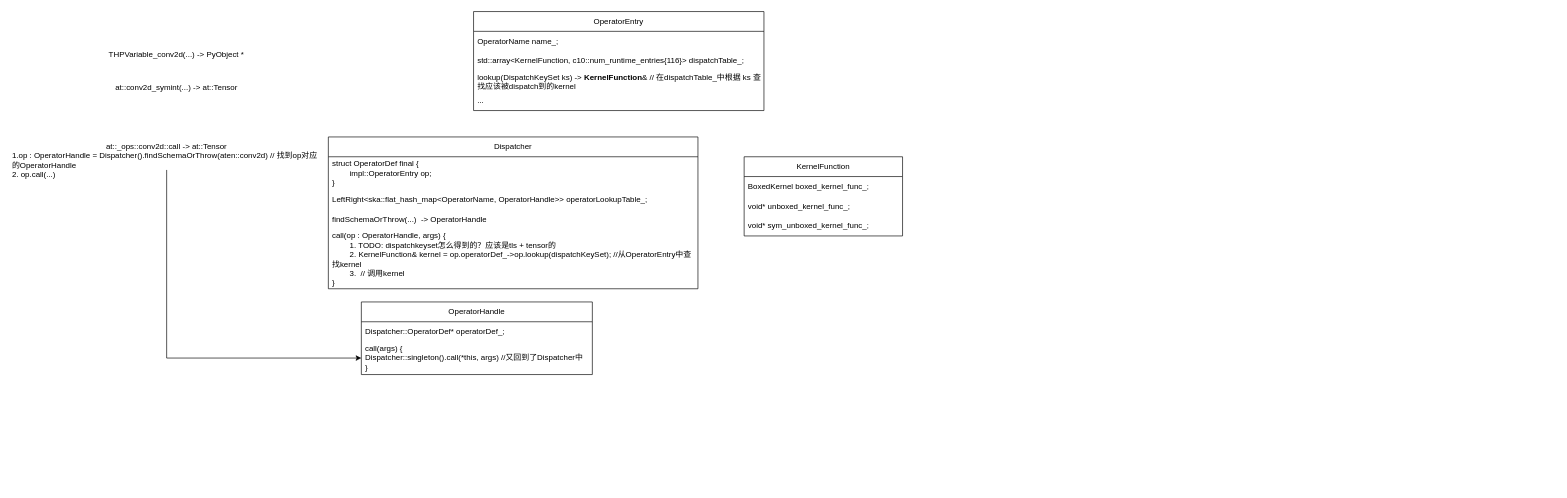
Earlier version of the draw.io diagram pytorch dispatch.drawio (LamForest/draw.io). Source tidied: cells renumbered, new cells numbered last; positions are measured from the earlier drawing's top-left corner, leaving out a move shared by most shapes. Both pictures are drawn from the tidied source at 66%, with x=0, y=0 at pixel (11, 11).
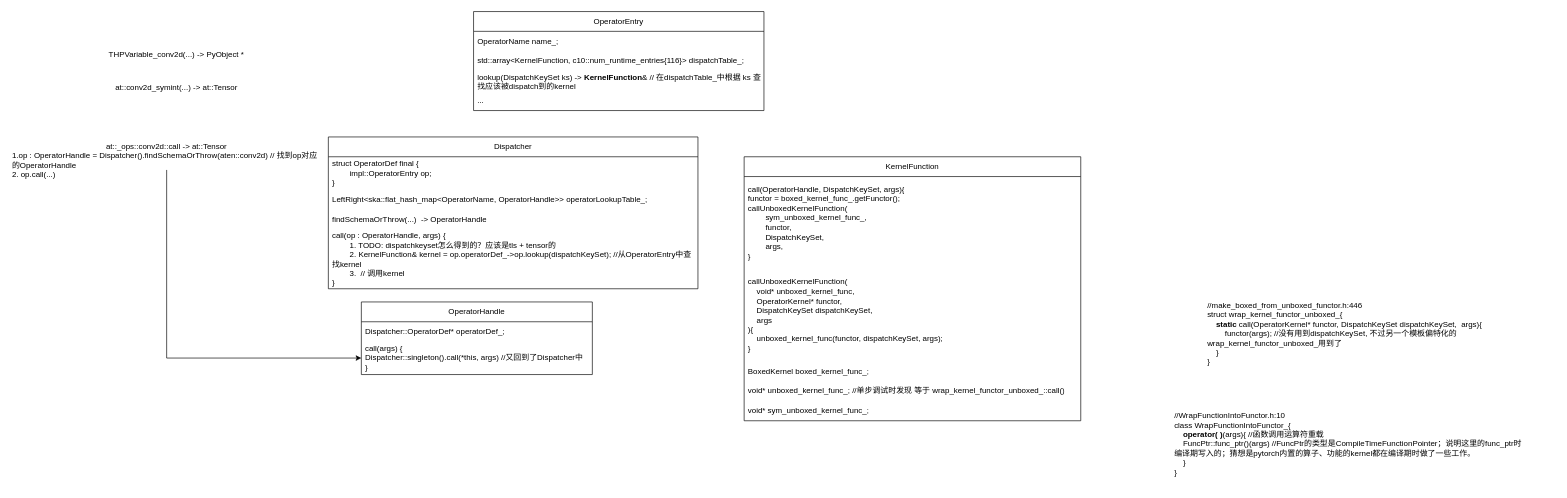
Above is the later version.

Diff of the diagram source:
```diff
@@
     <mxCell id="19" value="KernelFunction" style="swimlane;fontStyle=0;horizontal=1;startSize=30;whiteSpace=wrap;html=1;" parent="1" vertex="1">
-      <mxGeometry x="1110" y="220" width="240" height="120" as="geometry" />
+      <mxGeometry x="1110" y="220" width="510" height="400" as="geometry" />
     </mxCell>
-    <mxCell id="20" value="BoxedKernel boxed_kernel_func_;" style="text;strokeColor=none;fillColor=none;align=left;verticalAlign=middle;spacingLeft=4;spacingRight=4;overflow=hidden;whiteSpace=wrap;html=1;" parent="19" vertex="1">
-      <mxGeometry y="30" width="240" height="30" as="geometry" />
+    <mxCell id="20" value="call(OperatorHandle, DispatchKeySet, args){&lt;br&gt;functor = boxed_kernel_func_.getFunctor();&lt;br&gt;callUnboxedKernelFunction(&lt;span style=&quot;white-space: pre;&quot;&gt;&lt;br&gt;&lt;/span&gt;&lt;span style=&quot;white-space: pre;&quot;&gt;&#9;&lt;/span&gt;sym_unboxed_kernel_func_,&lt;br&gt;&lt;span style=&quot;background-color: initial;&quot;&gt;&lt;span style=&quot;white-space: pre;&quot;&gt;&#9;&lt;/span&gt;functor,&lt;br&gt;&lt;span style=&quot;white-space: pre;&quot;&gt;&#9;&lt;/span&gt;DispatchKeySet,&lt;br&gt;&lt;span style=&quot;white-space: pre;&quot;&gt;&#9;&lt;/span&gt;args,&lt;br&gt;}&lt;br&gt;&lt;/span&gt;" style="text;strokeColor=none;fillColor=none;align=left;verticalAlign=middle;spacingLeft=4;spacingRight=4;overflow=hidden;whiteSpace=wrap;html=1;" parent="19" vertex="1">
+      <mxGeometry y="30" width="510" height="140" as="geometry" />
     </mxCell>
+    <mxCell id="23" value="callUnboxedKernelFunction(&lt;br&gt;&lt;span style=&quot;&quot;&gt;&lt;span style=&quot;&quot;&gt;&amp;nbsp;&amp;nbsp;&amp;nbsp;&amp;nbsp;&lt;/span&gt;&lt;/span&gt;void* unboxed_kernel_func,&lt;br&gt;&lt;span style=&quot;&quot;&gt;&lt;span style=&quot;&quot;&gt;&amp;nbsp;&amp;nbsp;&amp;nbsp;&amp;nbsp;&lt;/span&gt;&lt;/span&gt;OperatorKernel* functor,&lt;br&gt;&lt;span style=&quot;&quot;&gt;&lt;span style=&quot;&quot;&gt;&amp;nbsp;&amp;nbsp;&amp;nbsp;&amp;nbsp;&lt;/span&gt;&lt;/span&gt;DispatchKeySet dispatchKeySet,&lt;br&gt;&lt;span style=&quot;&quot;&gt;&lt;span style=&quot;&quot;&gt;&amp;nbsp;&amp;nbsp;&amp;nbsp;&amp;nbsp;&lt;/span&gt;&lt;/span&gt;args&lt;br&gt;){&lt;br&gt;&lt;span style=&quot;&quot;&gt;&lt;span style=&quot;&quot;&gt;&amp;nbsp;&amp;nbsp;&amp;nbsp;&amp;nbsp;&lt;/span&gt;&lt;/span&gt;unboxed_kernel_func(functor, dispatchKeySet, args);&lt;br&gt;}" style="text;strokeColor=none;fillColor=none;align=left;verticalAlign=middle;spacingLeft=4;spacingRight=4;overflow=hidden;whiteSpace=wrap;html=1;" parent="19" vertex="1">
+      <mxGeometry y="170" width="510" height="140" as="geometry" />
+    </mxCell>
+    <mxCell id="24" value="BoxedKernel boxed_kernel_func_;" style="text;strokeColor=none;fillColor=none;align=left;verticalAlign=middle;spacingLeft=4;spacingRight=4;overflow=hidden;whiteSpace=wrap;html=1;" parent="19" vertex="1">
+      <mxGeometry y="310" width="510" height="30" as="geometry" />
+    </mxCell>
-    <mxCell id="21" value="void* unboxed_kernel_func_;" style="text;strokeColor=none;fillColor=none;align=left;verticalAlign=middle;spacingLeft=4;spacingRight=4;overflow=hidden;whiteSpace=wrap;html=1;" parent="19" vertex="1">
-      <mxGeometry y="60" width="240" height="30" as="geometry" />
+    <mxCell id="21" value="void* unboxed_kernel_func_; //单步调试时发现 等于&amp;nbsp;wrap_kernel_functor_unboxed_::call()" style="text;strokeColor=none;fillColor=none;align=left;verticalAlign=middle;spacingLeft=4;spacingRight=4;overflow=hidden;whiteSpace=wrap;html=1;" parent="19" vertex="1">
+      <mxGeometry y="340" width="510" height="30" as="geometry" />
     </mxCell>
     <mxCell id="22" value="void* sym_unboxed_kernel_func_;" style="text;strokeColor=none;fillColor=none;align=left;verticalAlign=middle;spacingLeft=4;spacingRight=4;overflow=hidden;whiteSpace=wrap;html=1;" parent="19" vertex="1">
-      <mxGeometry y="90" width="240" height="30" as="geometry" />
+      <mxGeometry y="370" width="510" height="30" as="geometry" />
     </mxCell>
+    <mxCell id="25" value="//make_boxed_from_unboxed_functor.h:446&lt;br&gt;struct wrap_kernel_functor_unboxed_{&lt;br&gt;&lt;div style=&quot;&quot;&gt;&lt;b&gt;&lt;span style=&quot;&quot;&gt;&lt;span style=&quot;white-space: pre;&quot;&gt;&amp;nbsp;&amp;nbsp;&amp;nbsp;&amp;nbsp;&lt;/span&gt;&lt;/span&gt;static&lt;/b&gt; call(OperatorKernel* functor, DispatchKeySet dispatchKeySet,&amp;nbsp; args){&lt;/div&gt;&lt;div style=&quot;&quot;&gt;&lt;span style=&quot;&quot;&gt;&lt;span style=&quot;white-space: pre;&quot;&gt;&amp;nbsp;&amp;nbsp;&amp;nbsp;&amp;nbsp;&lt;/span&gt;&lt;/span&gt;&lt;span style=&quot;&quot;&gt;&lt;span style=&quot;white-space: pre;&quot;&gt;&amp;nbsp;&amp;nbsp;&amp;nbsp;&amp;nbsp;&lt;/span&gt;&lt;/span&gt;functor(args); //没有用到dispatchKeySet, 不过另一个模板偏特化的&lt;/div&gt;wrap_kernel_functor_unboxed_用到了&lt;div style=&quot;&quot;&gt;&lt;span style=&quot;&quot;&gt;&lt;span style=&quot;white-space: pre;&quot;&gt;&amp;nbsp;&amp;nbsp;&amp;nbsp;&amp;nbsp;&lt;/span&gt;&lt;/span&gt;}&lt;br&gt;&lt;/div&gt;}" style="text;html=1;strokeColor=none;fillColor=none;align=left;verticalAlign=middle;whiteSpace=wrap;rounded=0;" parent="1" vertex="1">
+      <mxGeometry x="1810" y="415" width="530" height="145" as="geometry" />
+    </mxCell>
+    <mxCell id="26" value="//WrapFunctionIntoFunctor.h:10&lt;br&gt;class WrapFunctionIntoFunctor_{&lt;br&gt;&lt;b&gt;&lt;span style=&quot;&quot;&gt;&lt;span style=&quot;&quot;&gt;&amp;nbsp;&amp;nbsp;&amp;nbsp;&amp;nbsp;&lt;/span&gt;&lt;/span&gt;operator( )&lt;/b&gt;(args){ //函数调用运算符重载&lt;br&gt;&lt;span style=&quot;background-color: initial;&quot;&gt;&lt;span style=&quot;&quot;&gt;&lt;span style=&quot;white-space: pre;&quot;&gt;&amp;nbsp;&amp;nbsp;&amp;nbsp;&amp;nbsp;&lt;/span&gt;&lt;/span&gt;FuncPtr::func_ptr()(args) //FuncPtr的类型是CompileTimeFunctionPointer；说明这里的func_ptr时编译期写入的；猜想是pytorch内置的算子、功能的kernel都在编译期时做了一些工作。&lt;br&gt;&lt;/span&gt;&lt;div style=&quot;&quot;&gt;&lt;span style=&quot;&quot;&gt;&lt;span style=&quot;&quot;&gt;&amp;nbsp;&amp;nbsp;&amp;nbsp;&lt;span style=&quot;&quot;&gt;&lt;span style=&quot;&quot;&gt;&amp;nbsp;&lt;/span&gt;&lt;/span&gt;&lt;/span&gt;&lt;/span&gt;}&lt;br&gt;&lt;/div&gt;}" style="text;html=1;strokeColor=none;fillColor=none;align=left;verticalAlign=middle;whiteSpace=wrap;rounded=0;" parent="1" vertex="1">
+      <mxGeometry x="1760" y="590" width="530" height="130" as="geometry" />
+    </mxCell>
```
